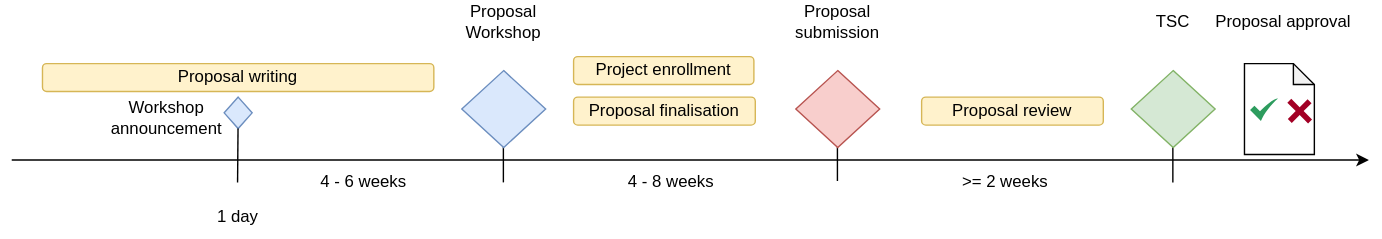
Above: content/modules/compendium/assets/images/asam/proposal_phase_timeline.drawio.svg in asam-ev/asam-project-guide-content (draw.io), before the change. Source tidied: cells renumbered, new cells last; positions are measured from the earlier drawing's top-left corner, leaving out a move shared by most shapes.
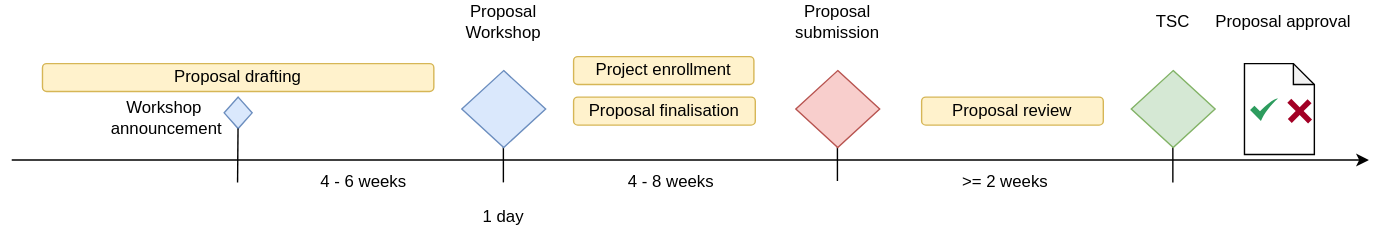
After the change.

What changed in the source:
```diff
@@ -2,7 +2,7 @@
   <root>
     <mxCell id="0" />
     <mxCell id="1" parent="0" />
-    <mxCell id="2" value="Proposal writing" style="rounded=1;whiteSpace=wrap;html=1;fillColor=#fff2cc;strokeColor=#d6b656;fontColor=#000000;" parent="1" vertex="1">
+    <mxCell id="2" value="Proposal drafting" style="rounded=1;whiteSpace=wrap;html=1;fillColor=#fff2cc;strokeColor=#d6b656;fontColor=#000000;" parent="1" vertex="1">
       <mxGeometry x="22" y="45" width="280" height="20" as="geometry" />
     </mxCell>
     <mxCell id="3" style="endArrow=none;html=1;strokeColor=#000000;" parent="1" edge="1">
@@ -100,7 +100,7 @@
       <mxGeometry x="801" y="50" width="60" height="55" as="geometry" />
     </mxCell>
     <mxCell id="29" value="1 day" style="text;html=1;strokeColor=none;fillColor=none;align=center;verticalAlign=middle;whiteSpace=wrap;rounded=0;fontColor=#000000;" parent="1" vertex="1">
-      <mxGeometry x="112" y="140" width="100" height="30" as="geometry" />
+      <mxGeometry x="302" y="140" width="100" height="30" as="geometry" />
     </mxCell>
   </root>
 </mxGraphModel>
```
